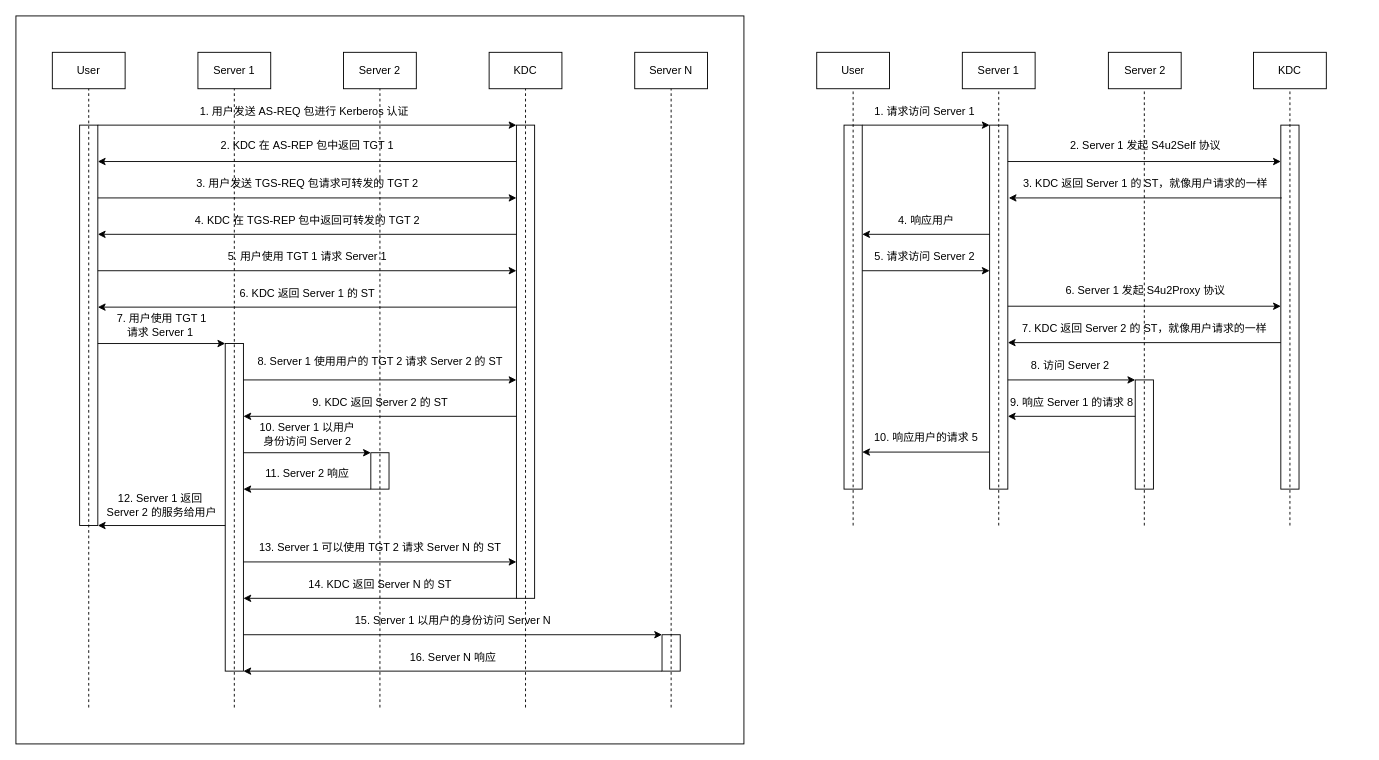
Before: draw.io/委派.drawio in fermionorz/image-hosting, a draw.io diagram. Source tidied: cells renumbered, new cells numbered last; positions are measured from the earlier drawing's top-left corner, leaving out a move shared by most shapes. Both pictures are drawn from the tidied source at 91%, with x=0, y=0 at pixel (15, 15).
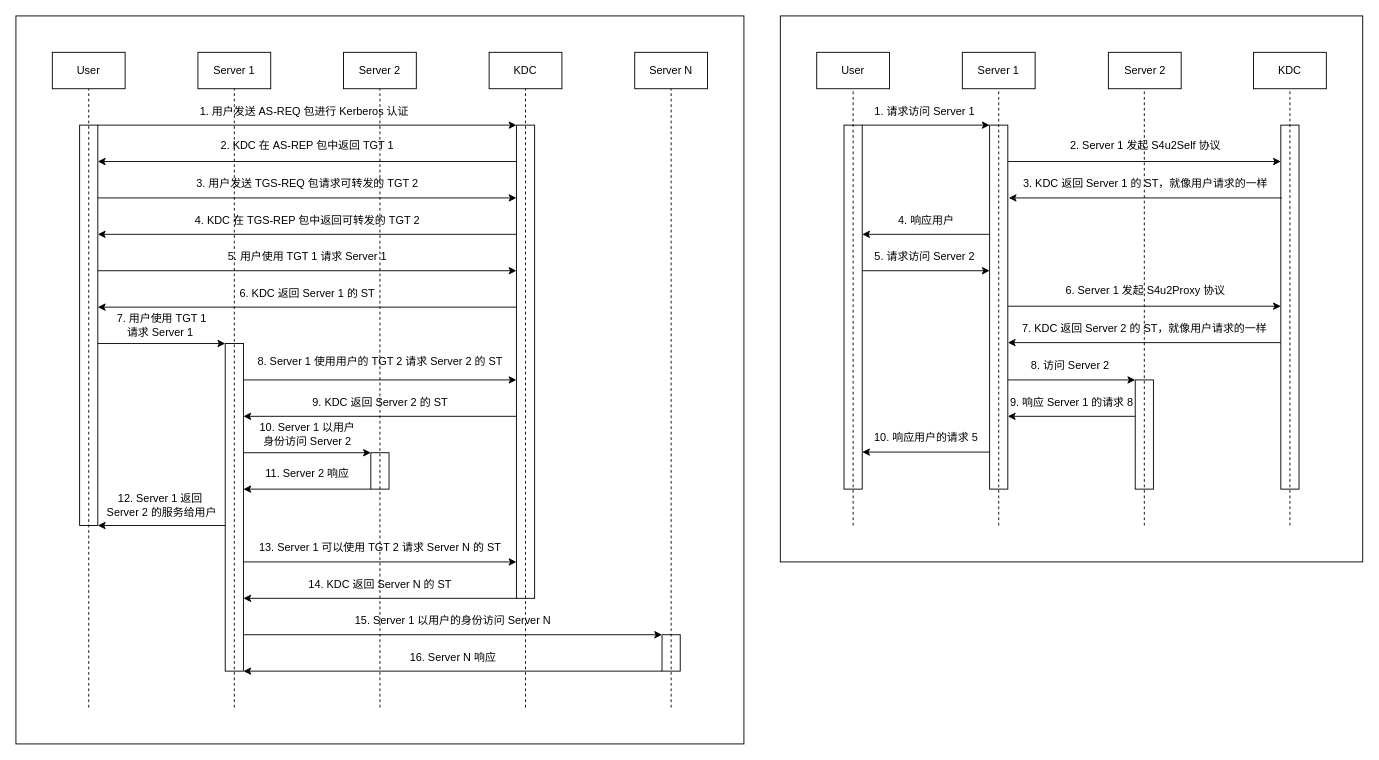
The same page after the edit.

The edit, as a diff of the source:
```diff
@@
+    <mxCell id="82" style="rounded=0;whiteSpace=wrap;html=1;" parent="1" vertex="1">
+      <mxGeometry x="840" width="640" height="600" as="geometry" />
+    </mxCell>
```
